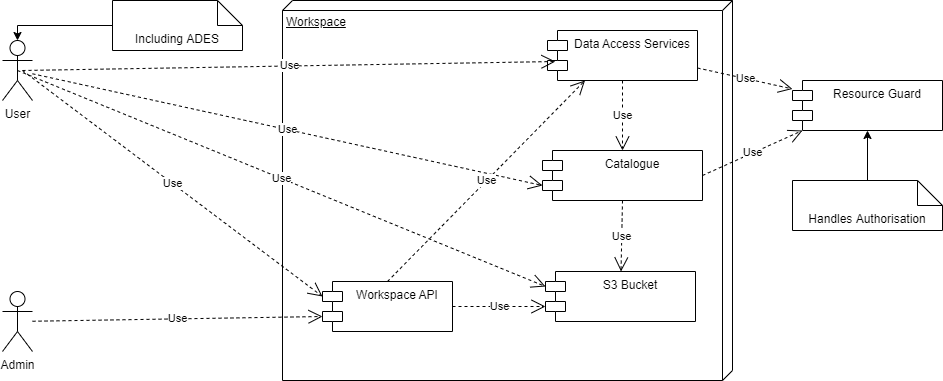
The draw.io diagram docs/img/resources/EOEPCA-Resource-Workspace-Deployment-Diagram.drawio.png in EOEPCA/system-description, before a commit. Source tidied: cells renumbered, new cells last; positions are measured from the earlier drawing's top-left corner, leaving out a move shared by most shapes. Source of this version:
```xml
<mxGraphModel>
  <root>
    <mxCell id="0" />
    <mxCell id="1" parent="0" />
    <mxCell id="2" value="Workspace" style="verticalAlign=top;align=left;spacingTop=8;spacingLeft=2;spacingRight=12;shape=cube;size=10;direction=south;fontStyle=4;html=1;" parent="1" vertex="1">
      <mxGeometry x="280" width="450" height="380" as="geometry" />
    </mxCell>
    <mxCell id="3" value="Workspace API" style="shape=module;align=left;spacingLeft=20;align=center;verticalAlign=top;" parent="1" vertex="1">
      <mxGeometry x="320" y="281" width="130" height="50" as="geometry" />
    </mxCell>
    <mxCell id="4" value="Data Access Services" style="shape=module;align=left;spacingLeft=20;align=center;verticalAlign=top;" parent="1" vertex="1">
      <mxGeometry x="545" y="30" width="150" height="50" as="geometry" />
    </mxCell>
    <mxCell id="5" value="Catalogue" style="shape=module;align=left;spacingLeft=20;align=center;verticalAlign=top;" parent="1" vertex="1">
      <mxGeometry x="540" y="150" width="160" height="50" as="geometry" />
    </mxCell>
    <mxCell id="6" value="Resource Guard" style="shape=module;align=left;spacingLeft=20;align=center;verticalAlign=top;" parent="1" vertex="1">
      <mxGeometry x="790" y="80" width="150" height="50" as="geometry" />
    </mxCell>
    <mxCell id="7" value="Use" style="endArrow=open;endSize=12;dashed=1;html=1;rounded=0;exitX=1;exitY=0.75;exitDx=0;exitDy=0;" parent="1" edge="1" source="4" target="6">
      <mxGeometry relative="1" as="geometry" />
    </mxCell>
    <mxCell id="8" value="Use" style="endArrow=open;endSize=12;dashed=1;html=1;rounded=0;exitX=1;exitY=0.5;exitDx=0;exitDy=0;entryX=0;entryY=1;entryDx=10;entryDy=0;entryPerimeter=0;" parent="1" edge="1" source="5" target="6">
      <mxGeometry relative="1" as="geometry" />
    </mxCell>
    <mxCell id="9" value="User" style="shape=umlActor;verticalLabelPosition=bottom;verticalAlign=top;html=1;" parent="1" vertex="1">
      <mxGeometry y="40" width="30" height="60" as="geometry" />
    </mxCell>
    <mxCell id="10" value="Admin" style="shape=umlActor;verticalLabelPosition=bottom;verticalAlign=top;html=1;" parent="1" vertex="1">
      <mxGeometry y="291" width="30" height="60" as="geometry" />
    </mxCell>
    <mxCell id="11" value="S3 Bucket" style="shape=module;align=left;spacingLeft=20;align=center;verticalAlign=top;" parent="1" vertex="1">
      <mxGeometry x="543" y="271" width="150" height="50" as="geometry" />
    </mxCell>
    <mxCell id="12" value="Use" style="endArrow=open;endSize=12;dashed=1;html=1;rounded=0;exitX=0.5;exitY=1;exitDx=0;exitDy=0;" parent="1" edge="1" source="5" target="11">
      <mxGeometry relative="1" as="geometry" />
    </mxCell>
    <mxCell id="13" value="Use" style="endArrow=open;endSize=12;dashed=1;html=1;rounded=0;exitX=1;exitY=0.5;exitDx=0;exitDy=0;entryX=0;entryY=0;entryDx=0;entryDy=35;entryPerimeter=0;" parent="1" edge="1" source="3" target="11">
      <mxGeometry relative="1" as="geometry" />
    </mxCell>
    <mxCell id="14" value="Use" style="endArrow=open;endSize=12;dashed=1;html=1;rounded=0;entryX=0.053;entryY=0.62;entryDx=0;entryDy=0;entryPerimeter=0;" parent="1" edge="1" target="4">
      <mxGeometry relative="1" as="geometry">
        <mxPoint x="20" y="70" as="sourcePoint" />
      </mxGeometry>
    </mxCell>
    <mxCell id="15" value="Use" style="endArrow=open;endSize=12;dashed=1;html=1;rounded=0;exitX=0.5;exitY=1;exitDx=0;exitDy=0;entryX=0.5;entryY=0;entryDx=0;entryDy=0;" parent="1" edge="1" source="4" target="5">
      <mxGeometry relative="1" as="geometry" />
    </mxCell>
    <mxCell id="16" value="Use" style="endArrow=open;endSize=12;dashed=1;html=1;rounded=0;entryX=0;entryY=0;entryDx=0;entryDy=35;entryPerimeter=0;" parent="1" edge="1" source="9" target="5">
      <mxGeometry relative="1" as="geometry" />
    </mxCell>
    <mxCell id="17" value="Use" style="endArrow=open;endSize=12;dashed=1;html=1;rounded=0;entryX=0;entryY=0;entryDx=0;entryDy=15;entryPerimeter=0;exitX=0.5;exitY=0.5;exitDx=0;exitDy=0;exitPerimeter=0;" parent="1" edge="1" source="9" target="11">
      <mxGeometry relative="1" as="geometry" />
    </mxCell>
    <mxCell id="18" style="edgeStyle=orthogonalEdgeStyle;rounded=0;jettySize=auto;html=1;" parent="1" edge="1" source="19" target="6">
      <mxGeometry relative="1" as="geometry" />
    </mxCell>
    <mxCell id="19" value="Handles Authorisation" style="shape=note2;boundedLbl=1;whiteSpace=wrap;html=1;size=25;verticalAlign=top;align=center;" parent="1" vertex="1">
      <mxGeometry x="790" y="180" width="150" height="50" as="geometry" />
    </mxCell>
    <mxCell id="20" style="edgeStyle=orthogonalEdgeStyle;rounded=0;jettySize=auto;html=1;entryX=0.5;entryY=0;entryDx=0;entryDy=0;entryPerimeter=0;" parent="1" edge="1" source="21" target="9">
      <mxGeometry relative="1" as="geometry">
        <Array as="points">
          <mxPoint x="15" y="25" />
        </Array>
      </mxGeometry>
    </mxCell>
    <mxCell id="21" value="Including ADES" style="shape=note2;boundedLbl=1;whiteSpace=wrap;html=1;size=25;verticalAlign=top;align=center;" parent="1" vertex="1">
      <mxGeometry x="110" width="130" height="50" as="geometry" />
    </mxCell>
    <mxCell id="22" value="Use" style="endArrow=open;endSize=12;dashed=1;html=1;rounded=0;entryX=0;entryY=0;entryDx=0;entryDy=15;entryPerimeter=0;" parent="1" edge="1" target="3">
      <mxGeometry relative="1" as="geometry">
        <mxPoint x="20" y="70" as="sourcePoint" />
      </mxGeometry>
    </mxCell>
    <mxCell id="23" value="Use" style="endArrow=open;endSize=12;dashed=1;html=1;rounded=0;entryX=0;entryY=0;entryDx=0;entryDy=35;entryPerimeter=0;" parent="1" edge="1" source="10" target="3">
      <mxGeometry relative="1" as="geometry" />
    </mxCell>
    <mxCell id="24" value="Use" style="endArrow=open;endSize=12;dashed=1;html=1;rounded=0;exitX=0.5;exitY=0;exitDx=0;exitDy=0;entryX=0.25;entryY=1;entryDx=0;entryDy=0;" parent="1" edge="1" source="3" target="4">
      <mxGeometry relative="1" as="geometry" />
    </mxCell>
  </root>
</mxGraphModel>
```
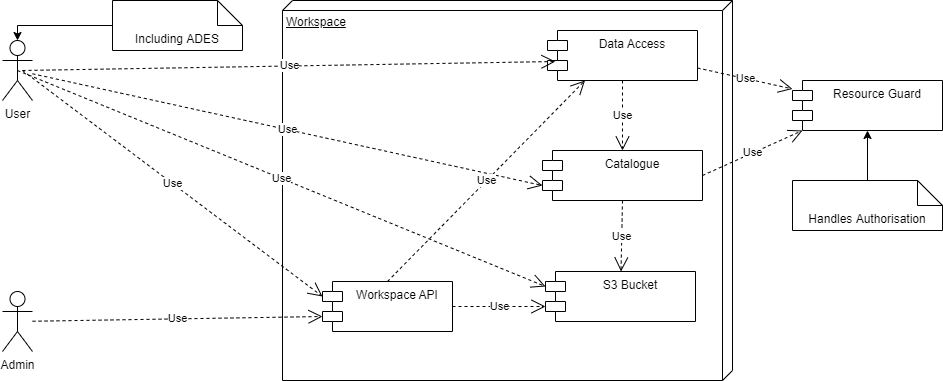
Above is the later version.

The edit, as a diff of the source:
```diff
@@ -8,7 +8,7 @@
     <mxCell id="3" value="Workspace API" style="shape=module;align=left;spacingLeft=20;align=center;verticalAlign=top;" parent="1" vertex="1">
       <mxGeometry x="320" y="281" width="130" height="50" as="geometry" />
     </mxCell>
-    <mxCell id="4" value="Data Access Services" style="shape=module;align=left;spacingLeft=20;align=center;verticalAlign=top;" parent="1" vertex="1">
+    <mxCell id="4" value="Data Access" style="shape=module;align=left;spacingLeft=20;align=center;verticalAlign=top;" parent="1" vertex="1">
       <mxGeometry x="545" y="30" width="150" height="50" as="geometry" />
     </mxCell>
     <mxCell id="5" value="Catalogue" style="shape=module;align=left;spacingLeft=20;align=center;verticalAlign=top;" parent="1" vertex="1">
```
